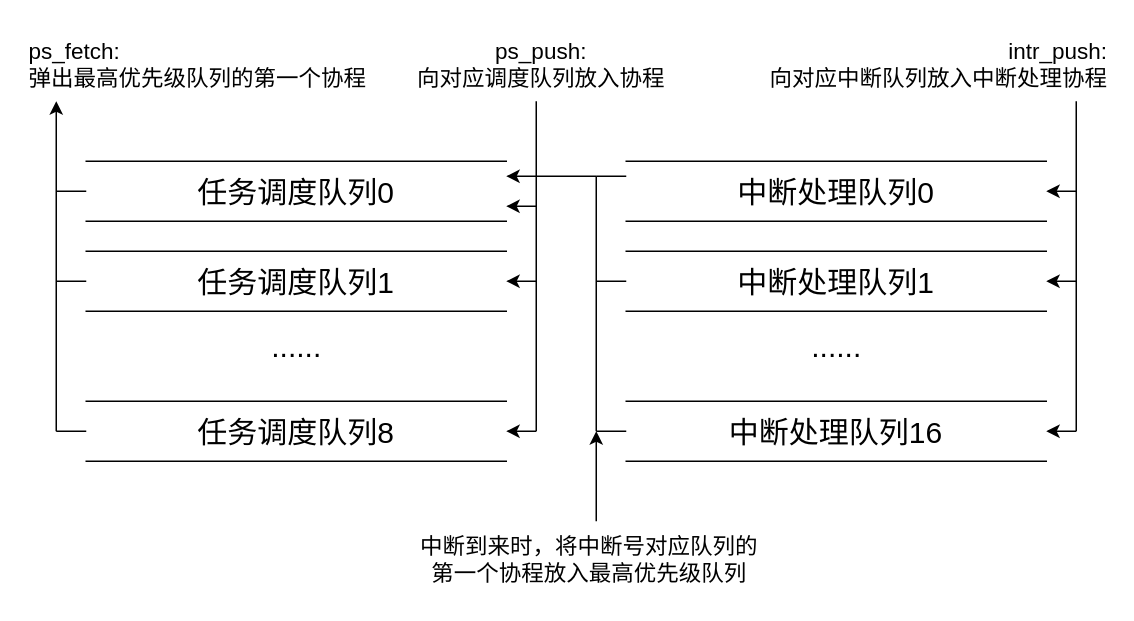
The draw.io diagram 24.5.1~24.5.7/论文插图/硬件队列示意图.drawio in rosy233333/weekly-progress, before the edit. Source tidied: cells renumbered, new cells numbered last; positions are measured from the earlier drawing's top-left corner, leaving out a move shared by most shapes. Both pictures are drawn from the tidied source at 150%, with x=0, y=0 at pixel (26, 26).
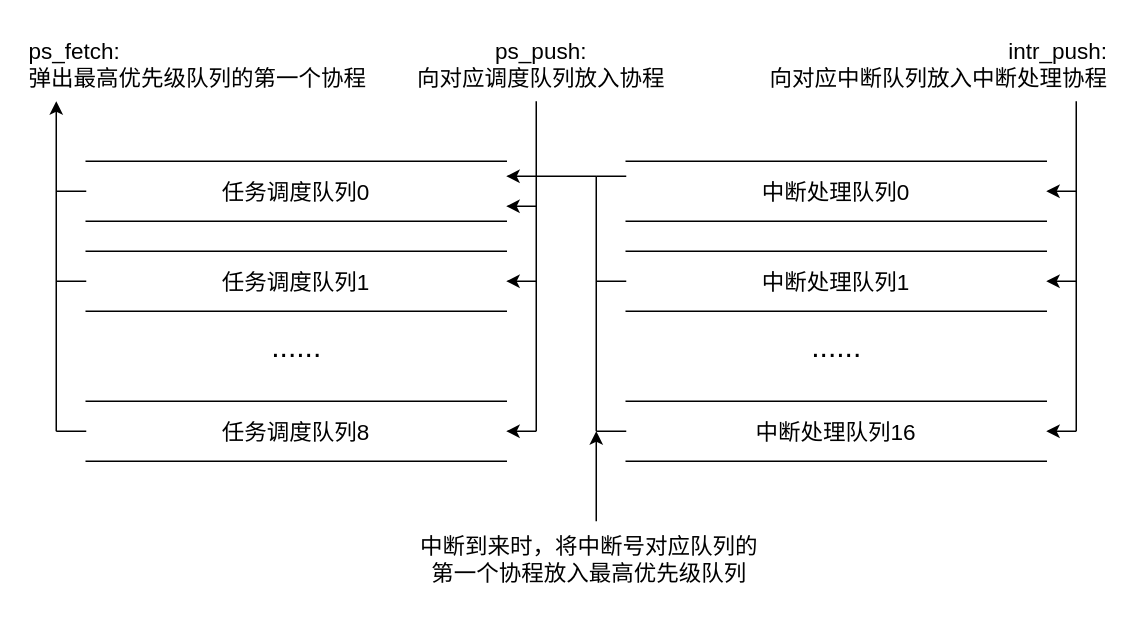
The same diagram, later.

Change to the diagram source:
```diff
@@
-    <mxCell id="13" value="&lt;font style=&quot;font-size: 20px;&quot;&gt;任务调度队列0&lt;/font&gt;" style="text;html=1;align=center;verticalAlign=middle;whiteSpace=wrap;rounded=0;" parent="1" vertex="1">
+    <mxCell id="13" value="&lt;font style=&quot;font-size: 15px;&quot;&gt;任务调度队列0&lt;/font&gt;" style="text;html=1;align=center;verticalAlign=middle;whiteSpace=wrap;rounded=0;" parent="1" vertex="1">
       <mxGeometry x="112" y="95" width="136" height="30" as="geometry" />
     </mxCell>
-    <mxCell id="14" value="&lt;font style=&quot;font-size: 20px;&quot;&gt;任务调度队列1&lt;/font&gt;" style="text;html=1;align=center;verticalAlign=middle;whiteSpace=wrap;rounded=0;" parent="1" vertex="1">
+    <mxCell id="14" value="&lt;font style=&quot;font-size: 15px;&quot;&gt;任务调度队列1&lt;/font&gt;" style="text;html=1;align=center;verticalAlign=middle;whiteSpace=wrap;rounded=0;" parent="1" vertex="1">
       <mxGeometry x="112" y="155" width="136" height="30" as="geometry" />
     </mxCell>
-    <mxCell id="15" value="&lt;font style=&quot;font-size: 20px;&quot;&gt;任务调度队列8&lt;/font&gt;" style="text;html=1;align=center;verticalAlign=middle;whiteSpace=wrap;rounded=0;" parent="1" vertex="1">
+    <mxCell id="15" value="&lt;font style=&quot;font-size: 15px;&quot;&gt;任务调度队列8&lt;/font&gt;" style="text;html=1;align=center;verticalAlign=middle;whiteSpace=wrap;rounded=0;" parent="1" vertex="1">
       <mxGeometry x="112" y="255" width="136" height="30" as="geometry" />
     </mxCell>
@@
-    <mxCell id="26" value="&lt;font style=&quot;font-size: 20px;&quot;&gt;中断处理队列0&lt;/font&gt;" style="text;html=1;align=center;verticalAlign=middle;whiteSpace=wrap;rounded=0;" parent="1" vertex="1">
+    <mxCell id="26" value="&lt;font style=&quot;font-size: 15px;&quot;&gt;中断处理队列0&lt;/font&gt;" style="text;html=1;align=center;verticalAlign=middle;whiteSpace=wrap;rounded=0;" parent="1" vertex="1">
       <mxGeometry x="472" y="95" width="136" height="30" as="geometry" />
     </mxCell>
-    <mxCell id="27" value="&lt;font style=&quot;font-size: 20px;&quot;&gt;中断处理队列1&lt;/font&gt;" style="text;html=1;align=center;verticalAlign=middle;whiteSpace=wrap;rounded=0;" parent="1" vertex="1">
+    <mxCell id="27" value="&lt;font style=&quot;font-size: 15px;&quot;&gt;中断处理队列1&lt;/font&gt;" style="text;html=1;align=center;verticalAlign=middle;whiteSpace=wrap;rounded=0;" parent="1" vertex="1">
       <mxGeometry x="472" y="155" width="136" height="30" as="geometry" />
     </mxCell>
-    <mxCell id="28" value="&lt;font style=&quot;font-size: 20px;&quot;&gt;中断处理队列16&lt;/font&gt;" style="text;html=1;align=center;verticalAlign=middle;whiteSpace=wrap;rounded=0;" parent="1" vertex="1">
+    <mxCell id="28" value="&lt;font style=&quot;font-size: 15px;&quot;&gt;中断处理队列16&lt;/font&gt;" style="text;html=1;align=center;verticalAlign=middle;whiteSpace=wrap;rounded=0;" parent="1" vertex="1">
       <mxGeometry x="466" y="255" width="148" height="30" as="geometry" />
     </mxCell>
```
